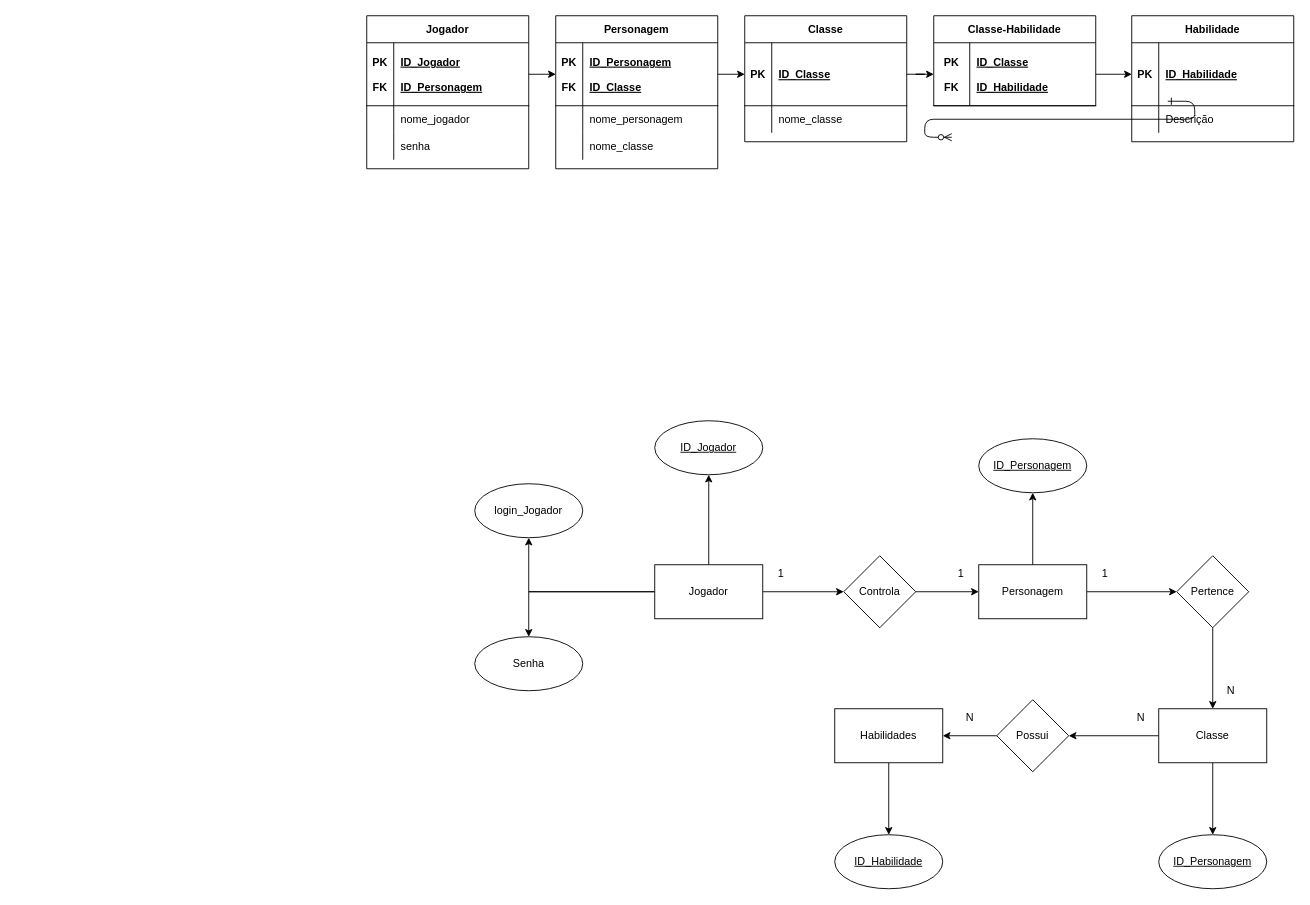
The draw.io diagram Untitled Diagram.drawio in CaianSantana/UC9SA3_SENAI, before the edit. Source tidied: cells renumbered, new cells numbered last; positions are measured from the earlier drawing's top-left corner, leaving out a move shared by most shapes. Both pictures are drawn from the tidied source at 90%, with x=0, y=0 at pixel (366, 15).
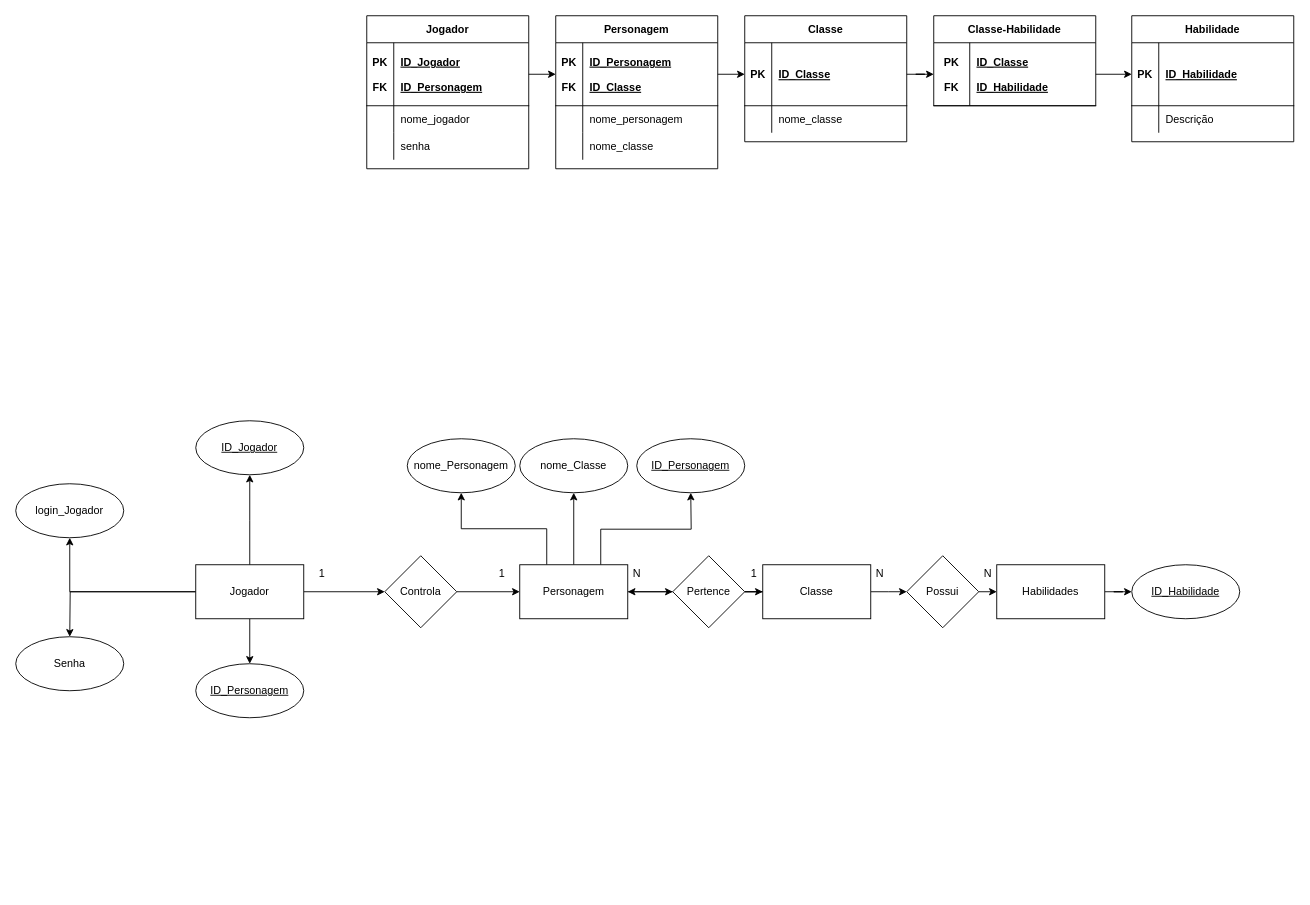
After the change.

Change to the diagram source:
```diff
@@
-    <mxCell id="2" style="edgeStyle=entityRelationEdgeStyle;endArrow=ERzeroToMany;startArrow=ERone;endFill=1;startFill=0;" parent="1" edge="1">
-      <mxGeometry relative="1" as="geometry">
-        <mxPoint x="890" y="95" as="sourcePoint" />
-        <mxPoint x="650" y="135" as="targetPoint" />
-      </mxGeometry>
-    </mxCell>
@@
-    <mxCell id="42" style="edgeStyle=orthogonalEdgeStyle;rounded=0;jettySize=auto;html=1;startSize=30;" parent="1" edge="1" source="45" target="68">
-      <mxGeometry relative="1" as="geometry" />
+    <mxCell id="42" style="edgeStyle=orthogonalEdgeStyle;rounded=0;jettySize=auto;html=1;startSize=30;" parent="1" edge="1" source="45">
+      <mxGeometry relative="1" as="geometry">
+        <mxPoint x="-130" y="510" as="targetPoint" />
+      </mxGeometry>
     </mxCell>
@@
-    <mxCell id="44" style="edgeStyle=orthogonalEdgeStyle;rounded=0;jettySize=auto;html=1;startSize=30;" parent="1" edge="1" source="45" target="70">
-      <mxGeometry relative="1" as="geometry" />
+    <mxCell id="44" style="edgeStyle=orthogonalEdgeStyle;rounded=0;jettySize=auto;html=1;startSize=30;" parent="1" edge="1" source="45">
+      <mxGeometry relative="1" as="geometry">
+        <mxPoint x="-330" y="690" as="targetPoint" />
+      </mxGeometry>
     </mxCell>
+    <mxCell id="76" style="edgeStyle=orthogonalEdgeStyle;rounded=0;jettySize=auto;html=1;exitX=0.5;exitY=1;exitDx=0;exitDy=0;" parent="1" edge="1" source="45" target="72">
+      <mxGeometry relative="1" as="geometry" />
+    </mxCell>
     <mxCell id="45" value="Jogador" style="rounded=0;whiteSpace=wrap;html=1;startSize=30;" parent="1" vertex="1">
-      <mxGeometry x="320" y="610" width="120" height="60" as="geometry" />
+      <mxGeometry x="-190" y="610" width="120" height="60" as="geometry" />
     </mxCell>
@@
     <mxCell id="47" value="Controla" style="rhombus;whiteSpace=wrap;html=1;rounded=0;startSize=30;" parent="1" vertex="1">
-      <mxGeometry x="530" y="600" width="80" height="80" as="geometry" />
+      <mxGeometry x="20" y="600" width="80" height="80" as="geometry" />
     </mxCell>
@@
-    <mxCell id="49" style="edgeStyle=orthogonalEdgeStyle;rounded=0;jettySize=auto;html=1;startSize=30;" parent="1" edge="1" source="50" target="71">
-      <mxGeometry relative="1" as="geometry" />
-    </mxCell>
+    <mxCell id="77" style="edgeStyle=orthogonalEdgeStyle;rounded=0;jettySize=auto;html=1;" parent="1" edge="1" source="50" target="82">
+      <mxGeometry relative="1" as="geometry" />
+    </mxCell>
+    <mxCell id="78" style="edgeStyle=orthogonalEdgeStyle;rounded=0;jettySize=auto;html=1;exitX=0.25;exitY=0;exitDx=0;exitDy=0;entryX=0.5;entryY=1;entryDx=0;entryDy=0;" parent="1" edge="1" source="50" target="81">
+      <mxGeometry relative="1" as="geometry" />
+    </mxCell>
+    <mxCell id="79" style="edgeStyle=orthogonalEdgeStyle;rounded=0;jettySize=auto;html=1;exitX=0.75;exitY=0;exitDx=0;exitDy=0;entryX=0.5;entryY=1;entryDx=0;entryDy=0;" parent="1" edge="1" source="50">
+      <mxGeometry relative="1" as="geometry">
+        <mxPoint x="360" y="530" as="targetPoint" />
+      </mxGeometry>
+    </mxCell>
     <mxCell id="50" value="Personagem" style="whiteSpace=wrap;html=1;rounded=0;startSize=30;" parent="1" vertex="1">
-      <mxGeometry x="680" y="610" width="120" height="60" as="geometry" />
+      <mxGeometry x="170" y="610" width="120" height="60" as="geometry" />
     </mxCell>
@@
+    <mxCell id="80" style="edgeStyle=orthogonalEdgeStyle;rounded=0;jettySize=auto;html=1;" parent="1" edge="1" source="52" target="50">
+      <mxGeometry relative="1" as="geometry" />
+    </mxCell>
     <mxCell id="52" value="Pertence" style="rhombus;whiteSpace=wrap;html=1;rounded=0;startSize=30;" parent="1" vertex="1">
-      <mxGeometry x="900" y="600" width="80" height="80" as="geometry" />
+      <mxGeometry x="340" y="600" width="80" height="80" as="geometry" />
     </mxCell>
-    <mxCell id="53" style="edgeStyle=orthogonalEdgeStyle;rounded=0;jettySize=auto;html=1;startSize=30;" parent="1" edge="1" source="55" target="57">
-      <mxGeometry relative="1" as="geometry" />
+    <mxCell id="53" style="edgeStyle=orthogonalEdgeStyle;rounded=0;jettySize=auto;html=1;startSize=30;" parent="1" edge="1" source="55">
+      <mxGeometry relative="1" as="geometry">
+        <mxPoint x="600" y="640" as="targetPoint" />
+      </mxGeometry>
     </mxCell>
-    <mxCell id="54" style="edgeStyle=orthogonalEdgeStyle;rounded=0;jettySize=auto;html=1;startSize=30;" parent="1" edge="1" source="55" target="72">
-      <mxGeometry relative="1" as="geometry" />
-    </mxCell>
     <mxCell id="55" value="Classe" style="whiteSpace=wrap;html=1;rounded=0;startSize=30;" parent="1" vertex="1">
-      <mxGeometry x="880" y="770" width="120" height="60" as="geometry" />
+      <mxGeometry x="440" y="610" width="120" height="60" as="geometry" />
     </mxCell>
-    <mxCell id="56" style="edgeStyle=orthogonalEdgeStyle;rounded=0;jettySize=auto;html=1;startSize=30;" parent="1" edge="1" source="57" target="59">
+    <mxCell id="56" style="edgeStyle=orthogonalEdgeStyle;rounded=0;jettySize=auto;html=1;exitX=1;exitY=0.5;exitDx=0;exitDy=0;entryX=0;entryY=0.5;entryDx=0;entryDy=0;" parent="1" edge="1" source="57" target="59">
       <mxGeometry relative="1" as="geometry" />
     </mxCell>
     <mxCell id="57" value="Possui" style="rhombus;whiteSpace=wrap;html=1;rounded=0;startSize=30;" parent="1" vertex="1">
-      <mxGeometry x="700" y="760" width="80" height="80" as="geometry" />
+      <mxGeometry x="600" y="600" width="80" height="80" as="geometry" />
     </mxCell>
-    <mxCell id="58" style="edgeStyle=orthogonalEdgeStyle;rounded=0;jettySize=auto;html=1;startSize=30;" parent="1" edge="1" source="59" target="73">
+    <mxCell id="58" style="edgeStyle=orthogonalEdgeStyle;rounded=0;jettySize=auto;html=1;exitX=1;exitY=0.5;exitDx=0;exitDy=0;" parent="1" edge="1" source="59" target="73">
       <mxGeometry relative="1" as="geometry" />
     </mxCell>
     <mxCell id="59" value="Habilidades" style="whiteSpace=wrap;html=1;rounded=0;startSize=30;" parent="1" vertex="1">
-      <mxGeometry x="520" y="770" width="120" height="60" as="geometry" />
+      <mxGeometry x="700" y="610" width="120" height="60" as="geometry" />
     </mxCell>
     <mxCell id="60" value="N" style="text;html=1;align=center;verticalAlign=middle;strokeColor=none;fillColor=none;" parent="1" vertex="1">
-      <mxGeometry x="850" y="770" width="20" height="20" as="geometry" />
+      <mxGeometry x="560" y="610" width="20" height="20" as="geometry" />
     </mxCell>
     <mxCell id="61" value="N" style="text;html=1;align=center;verticalAlign=middle;strokeColor=none;fillColor=none;" parent="1" vertex="1">
-      <mxGeometry x="660" y="770" width="20" height="20" as="geometry" />
+      <mxGeometry x="290" y="610" width="20" height="20" as="geometry" />
     </mxCell>
     <mxCell id="62" value="N" style="text;html=1;align=center;verticalAlign=middle;strokeColor=none;fillColor=none;" parent="1" vertex="1">
-      <mxGeometry x="950" y="740" width="20" height="20" as="geometry" />
+      <mxGeometry x="680" y="610" width="20" height="20" as="geometry" />
     </mxCell>
     <mxCell id="63" value="1" style="text;html=1;align=center;verticalAlign=middle;strokeColor=none;fillColor=none;" parent="1" vertex="1">
-      <mxGeometry x="810" y="610" width="20" height="20" as="geometry" />
+      <mxGeometry x="420" y="610" width="20" height="20" as="geometry" />
     </mxCell>
     <mxCell id="64" value="1" style="text;html=1;align=center;verticalAlign=middle;strokeColor=none;fillColor=none;" parent="1" vertex="1">
-      <mxGeometry x="450" y="610" width="20" height="20" as="geometry" />
+      <mxGeometry x="-60" y="610" width="20" height="20" as="geometry" />
     </mxCell>
     <mxCell id="65" value="1" style="text;html=1;align=center;verticalAlign=middle;strokeColor=none;fillColor=none;" parent="1" vertex="1">
-      <mxGeometry x="650" y="610" width="20" height="20" as="geometry" />
+      <mxGeometry x="140" y="610" width="20" height="20" as="geometry" />
     </mxCell>
@@
     <mxCell id="68" value="&lt;u&gt;ID_Jogador&lt;/u&gt;" style="ellipse;whiteSpace=wrap;html=1;rounded=0;startSize=30;" parent="1" vertex="1">
-      <mxGeometry x="320" y="450" width="120" height="60" as="geometry" />
+      <mxGeometry x="-190" y="450" width="120" height="60" as="geometry" />
     </mxCell>
     <mxCell id="69" value="login_Jogador" style="ellipse;whiteSpace=wrap;html=1;rounded=0;startSize=30;" parent="1" vertex="1">
-      <mxGeometry x="120" y="520" width="120" height="60" as="geometry" />
+      <mxGeometry x="-390" y="520" width="120" height="60" as="geometry" />
     </mxCell>
     <mxCell id="70" value="Senha" style="ellipse;whiteSpace=wrap;html=1;rounded=0;startSize=30;" parent="1" vertex="1">
-      <mxGeometry x="120" y="690" width="120" height="60" as="geometry" />
+      <mxGeometry x="-390" y="690" width="120" height="60" as="geometry" />
     </mxCell>
     <mxCell id="71" value="&lt;u&gt;ID_Personagem&lt;/u&gt;" style="ellipse;whiteSpace=wrap;html=1;rounded=0;startSize=30;" parent="1" vertex="1">
-      <mxGeometry x="680" y="470" width="120" height="60" as="geometry" />
+      <mxGeometry x="300" y="470" width="120" height="60" as="geometry" />
     </mxCell>
     <mxCell id="72" value="&lt;u&gt;ID_Personagem&lt;/u&gt;" style="ellipse;whiteSpace=wrap;html=1;rounded=0;startSize=30;" parent="1" vertex="1">
-      <mxGeometry x="880" y="910" width="120" height="60" as="geometry" />
+      <mxGeometry x="-190" y="720" width="120" height="60" as="geometry" />
     </mxCell>
     <mxCell id="73" value="&lt;u&gt;ID_Habilidade&lt;/u&gt;" style="ellipse;whiteSpace=wrap;html=1;rounded=0;startSize=30;" parent="1" vertex="1">
-      <mxGeometry x="520" y="910" width="120" height="60" as="geometry" />
+      <mxGeometry x="850" y="610" width="120" height="60" as="geometry" />
     </mxCell>
@@
+    <mxCell id="81" value="nome_Personagem" style="ellipse;whiteSpace=wrap;html=1;rounded=0;startSize=30;" parent="1" vertex="1">
+      <mxGeometry x="45" y="470" width="120" height="60" as="geometry" />
+    </mxCell>
+    <mxCell id="82" value="nome_Classe" style="ellipse;whiteSpace=wrap;html=1;rounded=0;startSize=30;" parent="1" vertex="1">
+      <mxGeometry x="170" y="470" width="120" height="60" as="geometry" />
+    </mxCell>
```
